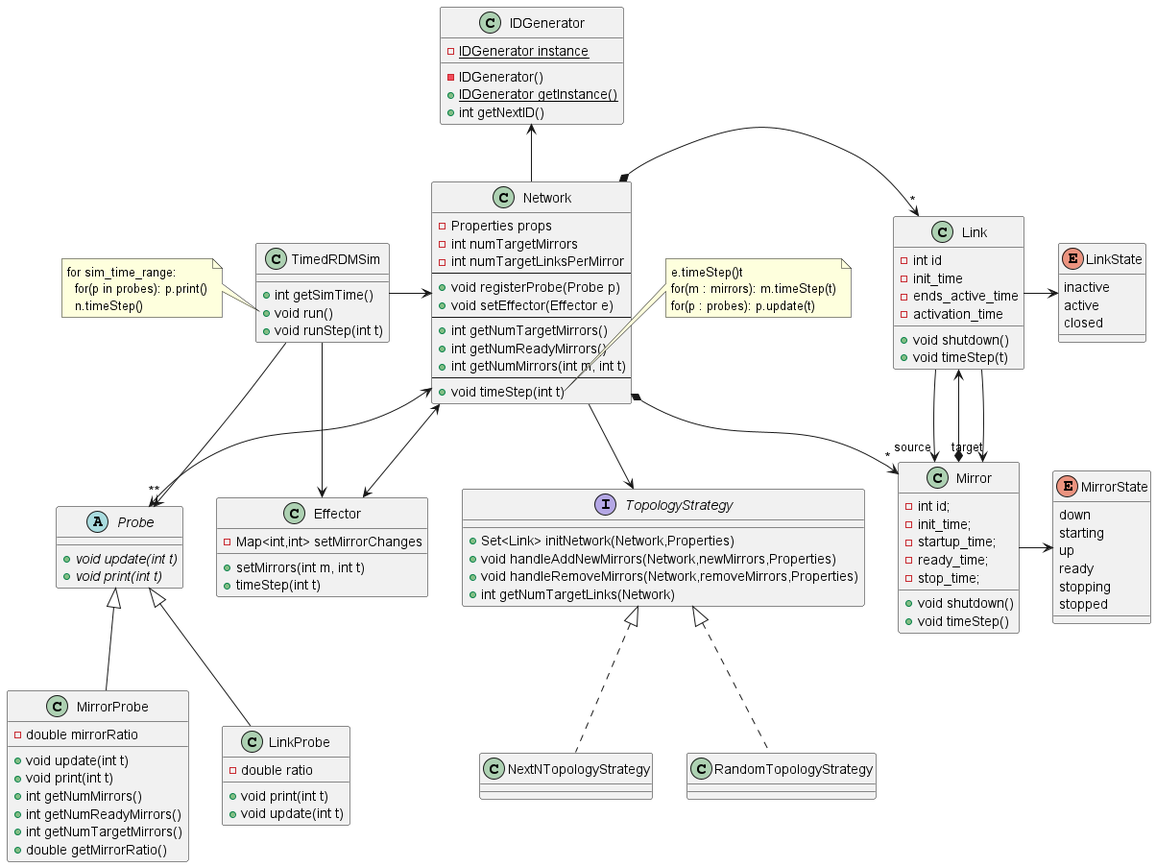
The PlantUML diagram doc/images/classes.png in sebastiangoetz/LRDMSimulator, before a commit.
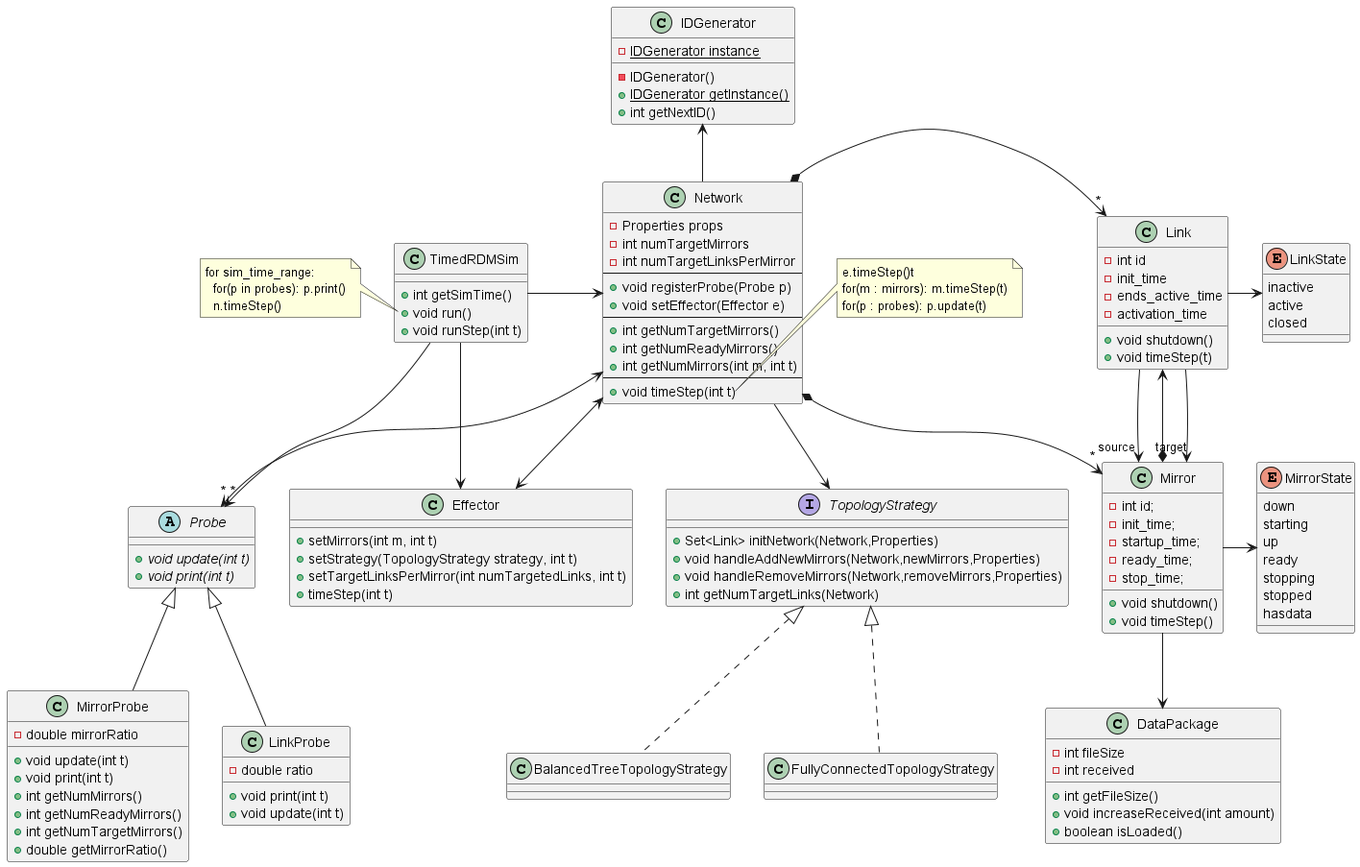
The same file after the commit.

Commit message:
new class diagram

Change to the diagram source:
```diff
@@ -14,8 +14,9 @@
 
 class Effector
 {
-  - Map<int,int> setMirrorChanges
   + setMirrors(int m, int t)
+  + setStrategy(TopologyStrategy strategy, int t)
+  + setTargetLinksPerMirror(int numTargetedLinks, int t)
   + timeStep(int t)
 }
 
@@ -73,6 +74,7 @@
   ready
   stopping
   stopped
+  hasdata
 }
 
 enum LinkState {
@@ -102,6 +104,15 @@
   + void timeStep(t)
 }
 
+class DataPackage
+{
+  - int fileSize
+  - int received
+  + int getFileSize()
+  + void increaseReceived(int amount)
+  + boolean isLoaded()
+}
+
 class LinkProbe
 {
   - double ratio
@@ -117,12 +128,12 @@
     + int getNumTargetLinks(Network)
 }
 
-class NextNTopologyStrategy
+class BalancedTreeTopologyStrategy
 
-class RandomTopologyStrategy
+class FullyConnectedTopologyStrategy
 
-TopologyStrategy <|.. NextNTopologyStrategy
-TopologyStrategy <|.. RandomTopologyStrategy
+TopologyStrategy <|.. BalancedTreeTopologyStrategy
+TopologyStrategy <|.. FullyConnectedTopologyStrategy
 TimedRDMSim --> Effector
 TimedRDMSim --> "*" Probe
 Network --> TopologyStrategy
@@ -133,6 +144,7 @@
 IDGenerator <-- Network
 Mirror -> MirrorState
 Mirror *--> Link
+Mirror --> DataPackage
 Link -> LinkState
 Link --> "source" Mirror
 Link --> "target" Mirror
```
